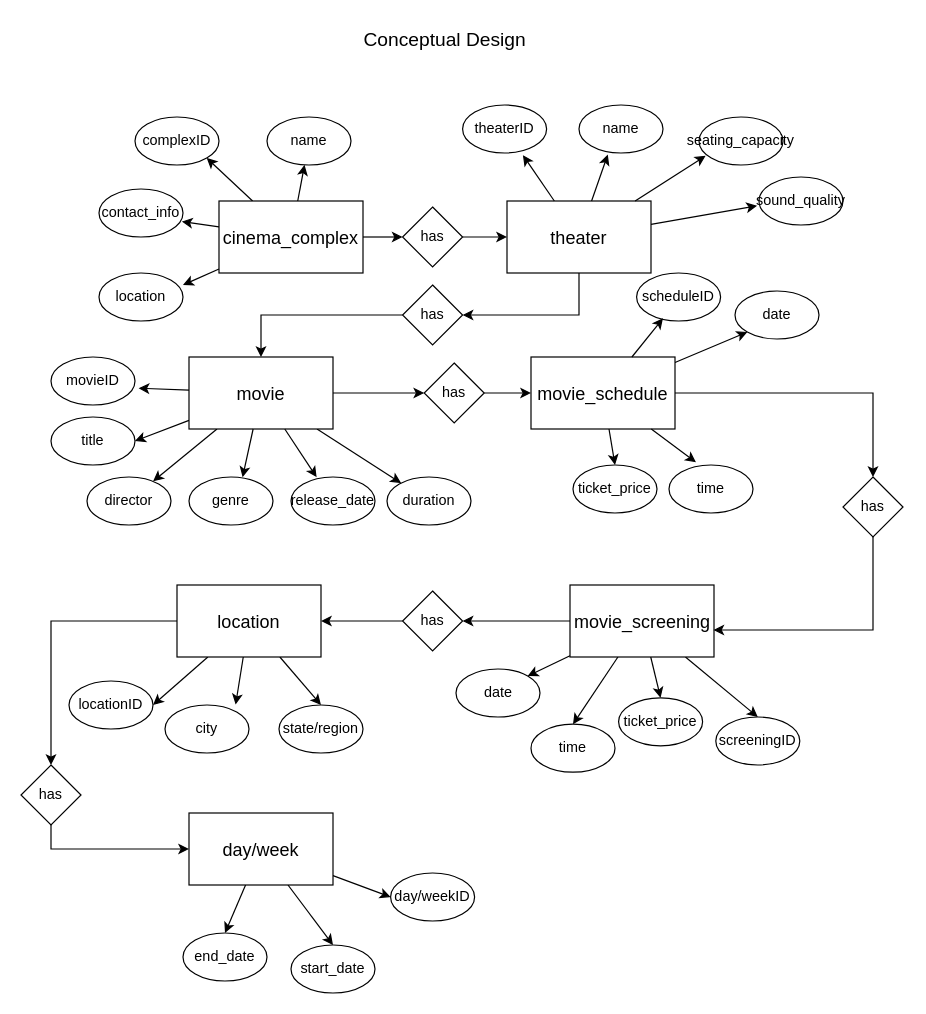
The draw.io diagram eye_candy_cinemas_casestudy.drawio in julieeesy/data_modelling_workshop, before the edit. Source tidied: cells renumbered, new cells numbered last; positions are measured from the earlier drawing's top-left corner, leaving out a move shared by most shapes. Both pictures are drawn from the tidied source at 120%, with x=0, y=0 at pixel (20, 20).
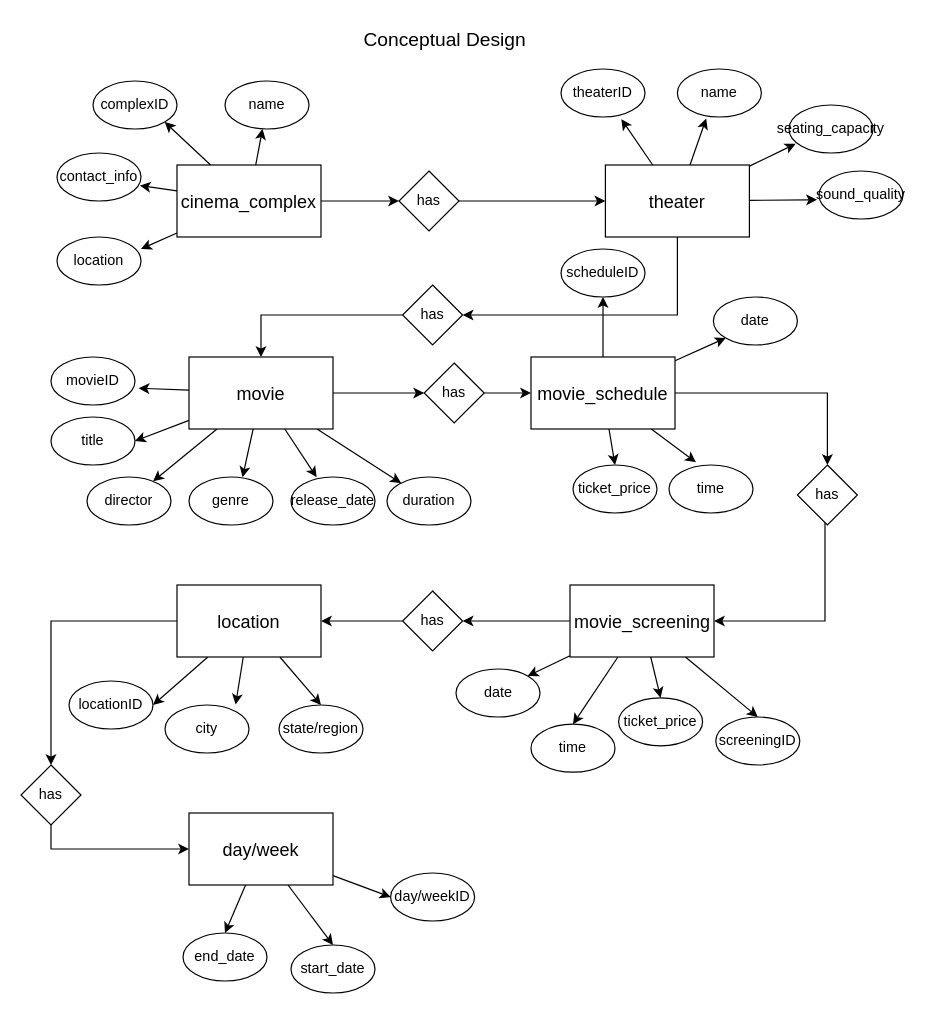
The same page after the edit.

Unchanged cells that the change refers to:
```xml
<mxCell id="31" value="&lt;span style=&quot;font-size: 15px;&quot;&gt;movie_schedule&lt;/span&gt;" style="rounded=0;whiteSpace=wrap;html=1;" parent="1" vertex="1">
  <mxGeometry x="425" y="280" width="120" height="60" as="geometry" />
</mxCell>
<mxCell id="48" value="&lt;span style=&quot;font-size: 15px;&quot;&gt;movie_screening&lt;/span&gt;" style="rounded=0;whiteSpace=wrap;html=1;" parent="1" vertex="1">
  <mxGeometry x="457.5" y="470" width="120" height="60" as="geometry" />
</mxCell>
```

Diff of the diagram source:
```diff
@@
     <mxCell id="6" value="&lt;font style=&quot;font-size: 15px;&quot;&gt;cinema_complex&lt;/font&gt;" style="rounded=0;whiteSpace=wrap;html=1;" parent="1" vertex="1">
-      <mxGeometry x="165" y="150" width="120" height="60" as="geometry" />
+      <mxGeometry x="130" y="120" width="120" height="60" as="geometry" />
     </mxCell>
@@
     <mxCell id="8" value="&lt;span style=&quot;font-size: 15px;&quot;&gt;theater&lt;/span&gt;" style="rounded=0;whiteSpace=wrap;html=1;" parent="1" vertex="1">
-      <mxGeometry x="405" y="150" width="120" height="60" as="geometry" />
+      <mxGeometry x="487" y="120" width="120" height="60" as="geometry" />
     </mxCell>
     <mxCell id="9" value="complexID" style="ellipse;whiteSpace=wrap;html=1;" parent="1" vertex="1">
-      <mxGeometry x="95" y="80" width="70" height="40" as="geometry" />
+      <mxGeometry x="60" y="50" width="70" height="40" as="geometry" />
     </mxCell>
     <mxCell id="10" value="contact_info" style="ellipse;whiteSpace=wrap;html=1;" parent="1" vertex="1">
-      <mxGeometry x="65" y="140" width="70" height="40" as="geometry" />
+      <mxGeometry x="30" y="110" width="70" height="40" as="geometry" />
     </mxCell>
     <mxCell id="11" value="location" style="ellipse;whiteSpace=wrap;html=1;" parent="1" vertex="1">
-      <mxGeometry x="65" y="210" width="70" height="40" as="geometry" />
+      <mxGeometry x="30" y="180" width="70" height="40" as="geometry" />
     </mxCell>
     <mxCell id="12" value="name" style="ellipse;whiteSpace=wrap;html=1;" parent="1" vertex="1">
-      <mxGeometry x="205" y="80" width="70" height="40" as="geometry" />
+      <mxGeometry x="170" y="50" width="70" height="40" as="geometry" />
     </mxCell>
     <mxCell id="13" value="theaterID" style="ellipse;whiteSpace=wrap;html=1;" parent="1" vertex="1">
-      <mxGeometry x="368" y="70" width="70" height="40" as="geometry" />
+      <mxGeometry x="450" y="40" width="70" height="40" as="geometry" />
     </mxCell>
     <mxCell id="14" value="name" style="ellipse;whiteSpace=wrap;html=1;" parent="1" vertex="1">
-      <mxGeometry x="465" y="70" width="70" height="40" as="geometry" />
+      <mxGeometry x="547" y="40" width="70" height="40" as="geometry" />
     </mxCell>
     <mxCell id="15" value="seating_capacity" style="ellipse;whiteSpace=wrap;html=1;" parent="1" vertex="1">
-      <mxGeometry x="565" y="80" width="70" height="40" as="geometry" />
+      <mxGeometry x="640" y="70" width="70" height="40" as="geometry" />
     </mxCell>
     <mxCell id="16" value="sound_quality" style="ellipse;whiteSpace=wrap;html=1;" parent="1" vertex="1">
-      <mxGeometry x="615" y="130" width="70" height="40" as="geometry" />
+      <mxGeometry x="665" y="125" width="70" height="40" as="geometry" />
     </mxCell>
@@
     <mxCell id="32" value="scheduleID" style="ellipse;whiteSpace=wrap;html=1;" parent="1" vertex="1">
-      <mxGeometry x="513" y="210" width="70" height="40" as="geometry" />
+      <mxGeometry x="450" y="190" width="70" height="40" as="geometry" />
     </mxCell>
     <mxCell id="33" value="date" style="ellipse;whiteSpace=wrap;html=1;" parent="1" vertex="1">
-      <mxGeometry x="595" y="225" width="70" height="40" as="geometry" />
+      <mxGeometry x="577" y="230" width="70" height="40" as="geometry" />
     </mxCell>
@@
-    <mxCell id="54" style="rounded=0;jettySize=auto;html=1;entryX=1;entryY=0.25;entryDx=0;entryDy=0;entryPerimeter=0;" parent="1" edge="1" source="6" target="11">
-      <mxGeometry relative="1" as="geometry" />
+    <mxCell id="54" style="rounded=0;jettySize=auto;html=1;entryX=1;entryY=0.25;entryDx=0;entryDy=0;entryPerimeter=0;" parent="1" edge="1" source="6">
+      <mxGeometry relative="1" as="geometry">
+        <mxPoint x="100" y="190" as="targetPoint" />
+      </mxGeometry>
     </mxCell>
@@
     <mxCell id="56" value="has" style="rhombus;whiteSpace=wrap;html=1;" parent="1" vertex="1">
-      <mxGeometry x="318" y="155" width="50" height="50" as="geometry" />
+      <mxGeometry x="315" y="125" width="50" height="50" as="geometry" />
     </mxCell>
@@
-    <mxCell id="69" style="rounded=0;jettySize=auto;html=1;entryX=0.314;entryY=0.944;entryDx=0;entryDy=0;entryPerimeter=0;" parent="1" edge="1" source="31" target="32">
+    <mxCell id="69" style="rounded=0;jettySize=auto;html=1;entryX=0.5;entryY=1;entryDx=0;entryDy=0;" parent="1" edge="1" source="31" target="32">
       <mxGeometry relative="1" as="geometry" />
     </mxCell>
+    <mxCell id="71" style="edgeStyle=orthogonalEdgeStyle;rounded=0;jettySize=auto;html=1;entryX=1;entryY=0.5;entryDx=0;entryDy=0;" parent="1" edge="1" source="70" target="48">
+      <mxGeometry relative="1" as="geometry">
+        <Array as="points">
+          <mxPoint x="670" y="500" />
+        </Array>
+      </mxGeometry>
+    </mxCell>
     <mxCell id="70" value="has" style="rhombus;whiteSpace=wrap;html=1;" parent="1" vertex="1">
-      <mxGeometry x="685" y="380" width="50" height="50" as="geometry" />
+      <mxGeometry x="647" y="370" width="50" height="50" as="geometry" />
     </mxCell>
-    <mxCell id="71" style="edgeStyle=orthogonalEdgeStyle;rounded=0;jettySize=auto;html=1;entryX=0.996;entryY=0.625;entryDx=0;entryDy=0;entryPerimeter=0;" parent="1" edge="1" source="70" target="48">
-      <mxGeometry relative="1" as="geometry">
-        <Array as="points">
-          <mxPoint x="710" y="508" />
-        </Array>
-      </mxGeometry>
-    </mxCell>
```
